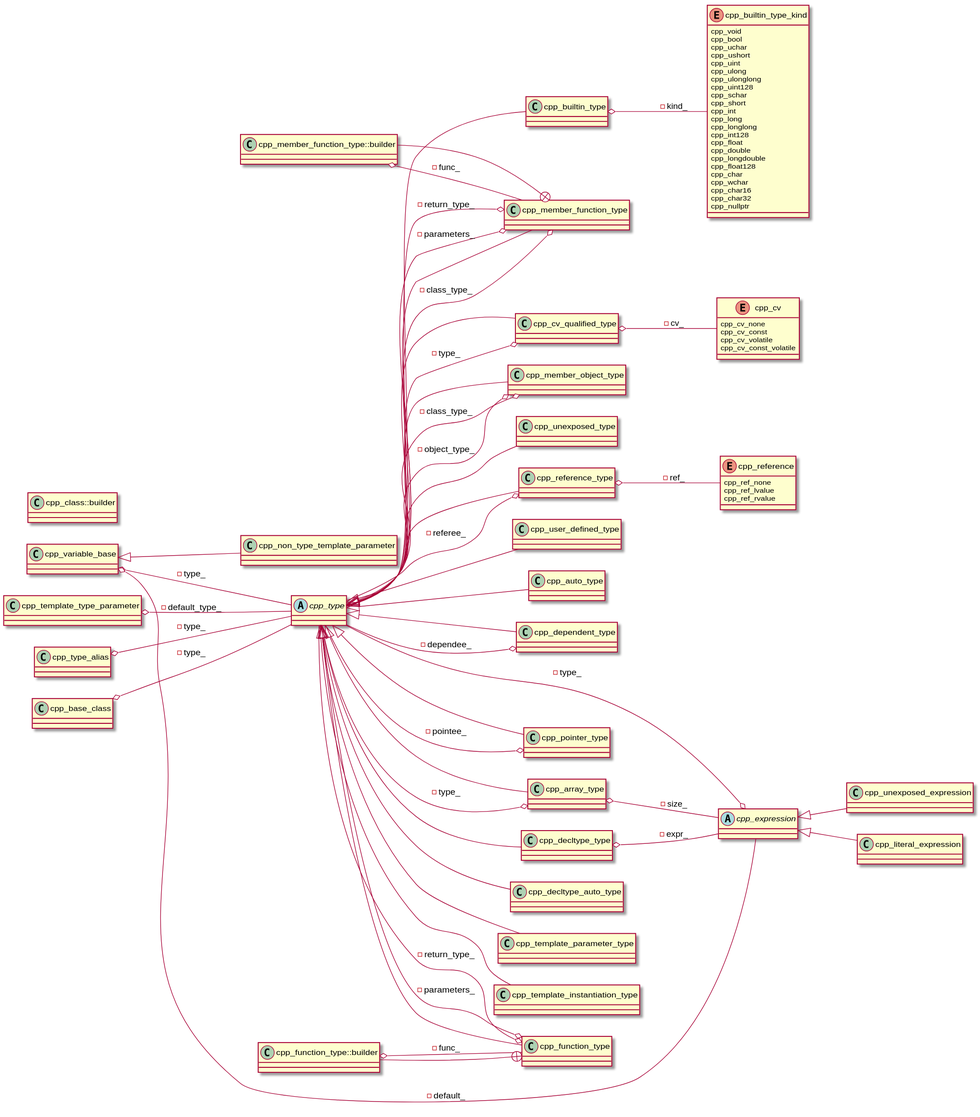
Earlier version of the PlantUML export cppast/puml/cpp_type_class_diagram.svg (bkryza/clang-uml-examples).
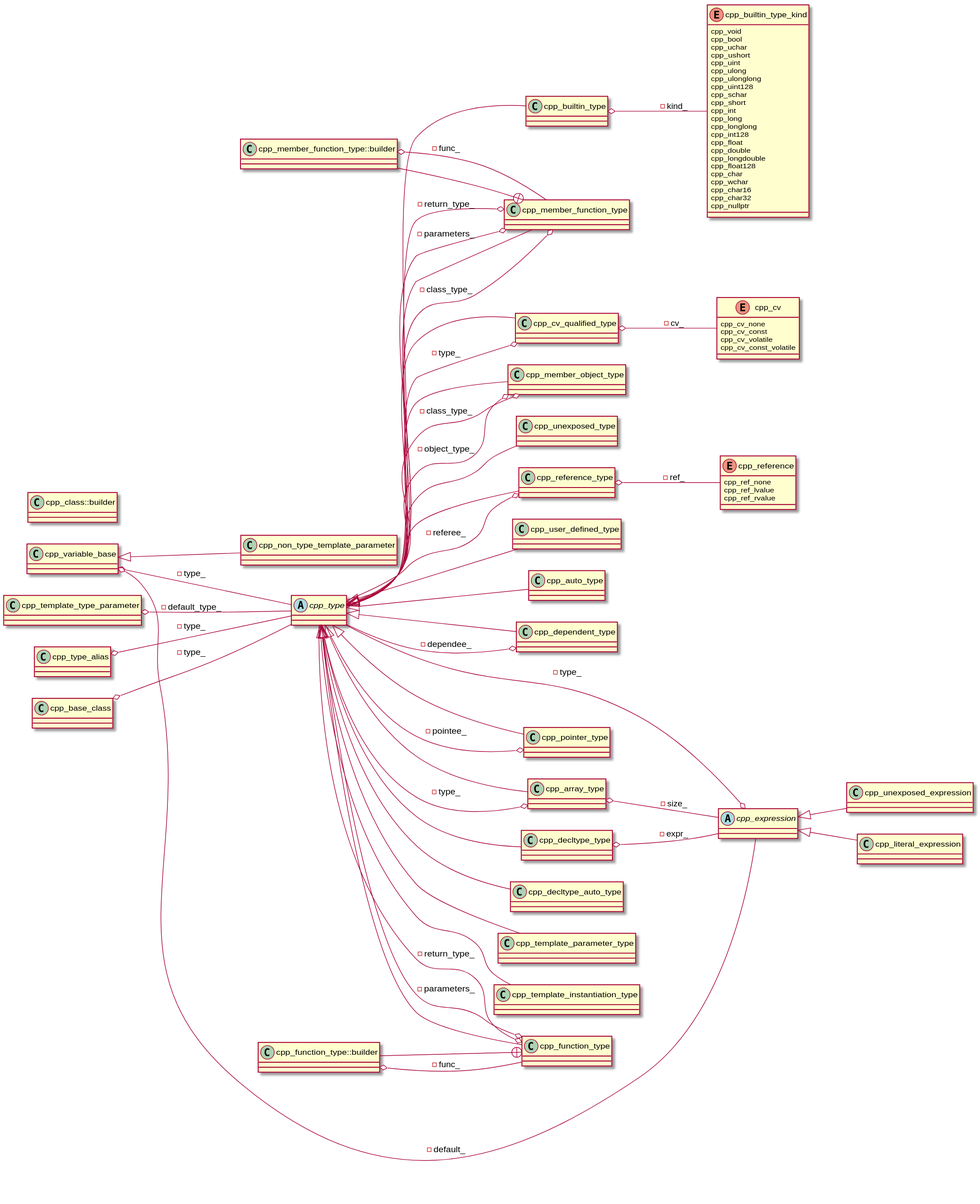
Above is the later version.

What changed in the source:
```diff
@@ -81,8 +81,8 @@
 class "cpp_base_class" as C_0001513295345096619386
 class C_0001513295345096619386 [[https://github.com/foonathan/cppast/blob/f81be80b524a88533f7e5eefd96fe10dc59cc289/include/cppast/cpp_class.hpp#L67{A [cppast::cpp_entity]() modelling a base class specifier.}]] {
 }
-class "cpp_class::builder" as C_0001640425303778365225
-class C_0001640425303778365225 [[https://github.com/foonathan/cppast/blob/f81be80b524a88533f7e5eefd96fe10dc59cc289/include/cppast/cpp_class.hpp#L126{Builds a [cppast::cpp_class]().}]] {
+class "cpp_class::builder" as C_0000676177413104357259
+class C_0000676177413104357259 [[https://github.com/foonathan/cppast/blob/f81be80b524a88533f7e5eefd96fe10dc59cc289/include/cppast/cpp_class.hpp#L126{Builds a [cppast::cpp_class]().}]] {
 }
 class "cpp_decltype_type" as C_0001184982835175222056
 class C_0001184982835175222056 [[https://github.com/foonathan/cppast/blob/f81be80b524a88533f7e5eefd96fe10dc59cc289/include/cppast/cpp_decltype_type.hpp#L13{A [cppast::cpp_type]() that isn't given but taken from an expression.}]] {
@@ -93,14 +93,14 @@
 class "cpp_function_type" as C_0001455852309215570565
 class C_0001455852309215570565 [[https://github.com/foonathan/cppast/blob/f81be80b524a88533f7e5eefd96fe10dc59cc289/include/cppast/cpp_function_type.hpp#L14{A [cppast::cpp_type]() that is a function. A function pointer is created by wrapping it in [cppast::cpp_pointer_type]().}]] {
 }
-class "cpp_function_type::builder" as C_0001260590280026110105
-class C_0001260590280026110105 [[https://github.com/foonathan/cppast/blob/f81be80b524a88533f7e5eefd96fe10dc59cc289/include/cppast/cpp_function_type.hpp#L18{Builds a [cppast::cpp_function_type]().}]] {
+class "cpp_function_type::builder" as C_0001620578668712301139
+class C_0001620578668712301139 [[https://github.com/foonathan/cppast/blob/f81be80b524a88533f7e5eefd96fe10dc59cc289/include/cppast/cpp_function_type.hpp#L18{Builds a [cppast::cpp_function_type]().}]] {
 }
 class "cpp_member_function_type" as C_0001956941679276907326
 class C_0001956941679276907326 [[https://github.com/foonathan/cppast/blob/f81be80b524a88533f7e5eefd96fe10dc59cc289/include/cppast/cpp_function_type.hpp#L87{A [cppast::cpp_type]() that is a member function. A member function with cv qualifier is created by wrapping it in [cppast::cpp_cv_qualified_type](). A member function with reference qualifier is created by wrapping it in [cppast::cpp_reference_type]()....}]] {
 }
-class "cpp_member_function_type::builder" as C_0000365791757426754810
-class C_0000365791757426754810 [[https://github.com/foonathan/cppast/blob/f81be80b524a88533f7e5eefd96fe10dc59cc289/include/cppast/cpp_function_type.hpp#L91{Builds a [cppast::cpp_member_function_type]().}]] {
+class "cpp_member_function_type::builder" as C_0001179605842242413803
+class C_0001179605842242413803 [[https://github.com/foonathan/cppast/blob/f81be80b524a88533f7e5eefd96fe10dc59cc289/include/cppast/cpp_function_type.hpp#L91{Builds a [cppast::cpp_member_function_type]().}]] {
 }
 class "cpp_member_object_type" as C_0000603633382993980808
 class C_0000603633382993980808 [[https://github.com/foonathan/cppast/blob/f81be80b524a88533f7e5eefd96fe10dc59cc289/include/cppast/cpp_function_type.hpp#L164{A [cppast::cpp_type]() that is a member object. A member object pointer is created by wrapping it in [cppast::cpp_pointer_type]().}]] {
@@ -151,14 +151,14 @@
 C_0001455852309215570565 o-- C_0001585653041236922459 : -return_type_
 C_0001455852309215570565 o-- C_0001585653041236922459 : -parameters_
 C_0001585653041236922459 <|-- C_0001455852309215570565
-C_0001260590280026110105 o-- C_0001455852309215570565 : -func_
-C_0001260590280026110105 --+ C_0001455852309215570565
+C_0001620578668712301139 --+ C_0001455852309215570565
+C_0001620578668712301139 o-- C_0001455852309215570565 : -func_
 C_0001956941679276907326 o-- C_0001585653041236922459 : -class_type_
 C_0001956941679276907326 o-- C_0001585653041236922459 : -return_type_
 C_0001956941679276907326 o-- C_0001585653041236922459 : -parameters_
 C_0001585653041236922459 <|-- C_0001956941679276907326
-C_0000365791757426754810 o-- C_0001956941679276907326 : -func_
-C_0000365791757426754810 --+ C_0001956941679276907326
+C_0001179605842242413803 --+ C_0001956941679276907326
+C_0001179605842242413803 o-- C_0001956941679276907326 : -func_
 C_0000603633382993980808 o-- C_0001585653041236922459 : -class_type_
 C_0000603633382993980808 o-- C_0001585653041236922459 : -object_type_
 C_0001585653041236922459 <|-- C_0000603633382993980808
```
